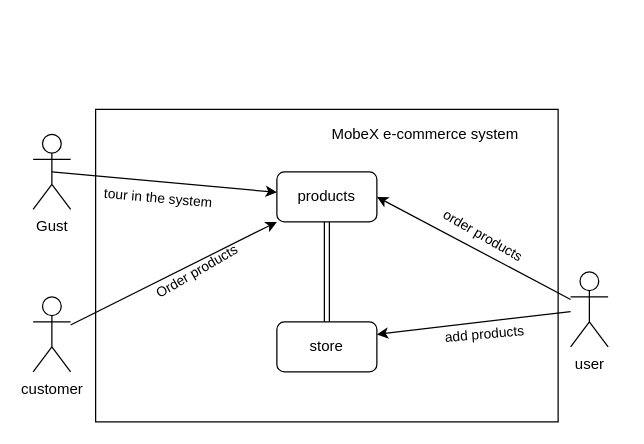
Above: software design/SRS/major components system environment (abstract).drawio in Nidal-Bakir/mobeX (draw.io), before the change. Source tidied: cells renumbered, new cells numbered last; positions are measured from the earlier drawing's top-left corner, leaving out a move shared by most shapes. Both pictures are drawn from the tidied source at 125%, with x=0, y=0 at pixel (32, 109).
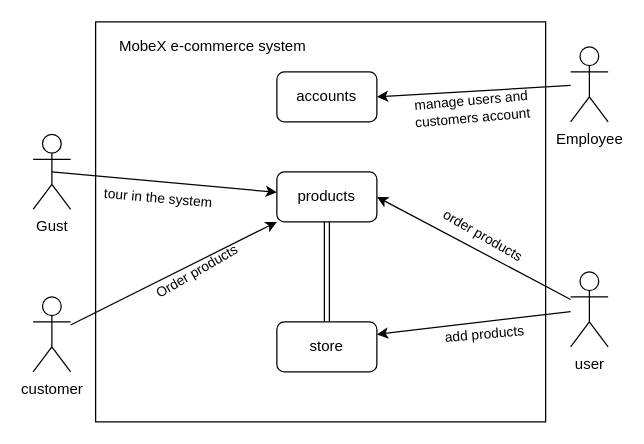
The same page after the edit.

The change refers to these unchanged cells:
```xml
<mxCell id="10" style="edgeStyle=none;rounded=1;sketch=0;jettySize=auto;html=1;fontColor=#000000;strokeColor=#000000;" parent="1" edge="1" source="13" target="14">
  <mxGeometry relative="1" as="geometry" />
</mxCell>
```

Change to the diagram source:
```diff
@@
+    <mxCell id="20" value="&lt;span&gt;manage users and &lt;br&gt;customers account&lt;/span&gt;" style="edgeLabel;html=1;align=center;verticalAlign=middle;fontColor=#000000;labelBackgroundColor=none;rotation=-5;" parent="10" vertex="1">
+      <mxGeometry x="-0.13" y="-1" relative="1" as="geometry">
+        <mxPoint x="248" y="-137.6" as="offset" />
+      </mxGeometry>
+    </mxCell>
@@
     <mxCell id="18" value="&lt;font&gt;MobeX e-commerce system&amp;nbsp;&lt;/font&gt;" style="text;html=1;align=center;verticalAlign=middle;fontColor=#000000;" parent="1" vertex="1">
-      <mxGeometry x="230" y="10" width="170" height="20" as="geometry" />
+      <mxGeometry x="60" y="-60" width="170" height="20" as="geometry" />
     </mxCell>
-    <mxCell id="19" style="rounded=1;whiteSpace=wrap;html=1;labelBackgroundColor=none;sketch=0;strokeColor=#000000;fillColor=none;fontColor=#000000;arcSize=0;" parent="1" vertex="1">
-      <mxGeometry x="50" width="370" height="250" as="geometry" />
-    </mxCell>
+    <mxCell id="21" style="rounded=0;jettySize=auto;html=1;entryX=1;entryY=0.5;entryDx=0;entryDy=0;strokeColor=#000000;" parent="1" edge="1" source="22" target="23">
+      <mxGeometry relative="1" as="geometry" />
+    </mxCell>
+    <mxCell id="22" value="Employee" style="shape=umlActor;verticalLabelPosition=bottom;verticalAlign=top;html=1;outlineConnect=0;rounded=0;sketch=0;fontColor=#000000;strokeColor=#000000;fillColor=none;" parent="1" vertex="1">
+      <mxGeometry x="430" y="-50" width="30" height="60" as="geometry" />
+    </mxCell>
+    <mxCell id="23" value="accounts" style="rounded=1;whiteSpace=wrap;html=1;sketch=0;fontColor=#000000;fillColor=none;strokeColor=#000000;" parent="1" vertex="1">
+      <mxGeometry x="195" y="-30" width="80" height="40" as="geometry" />
+    </mxCell>
+    <mxCell id="24" style="rounded=1;whiteSpace=wrap;html=1;labelBackgroundColor=none;sketch=0;strokeColor=#000000;fillColor=none;fontColor=#000000;arcSize=0;" parent="1" vertex="1">
+      <mxGeometry x="50" y="-70" width="360" height="320" as="geometry" />
+    </mxCell>
```
